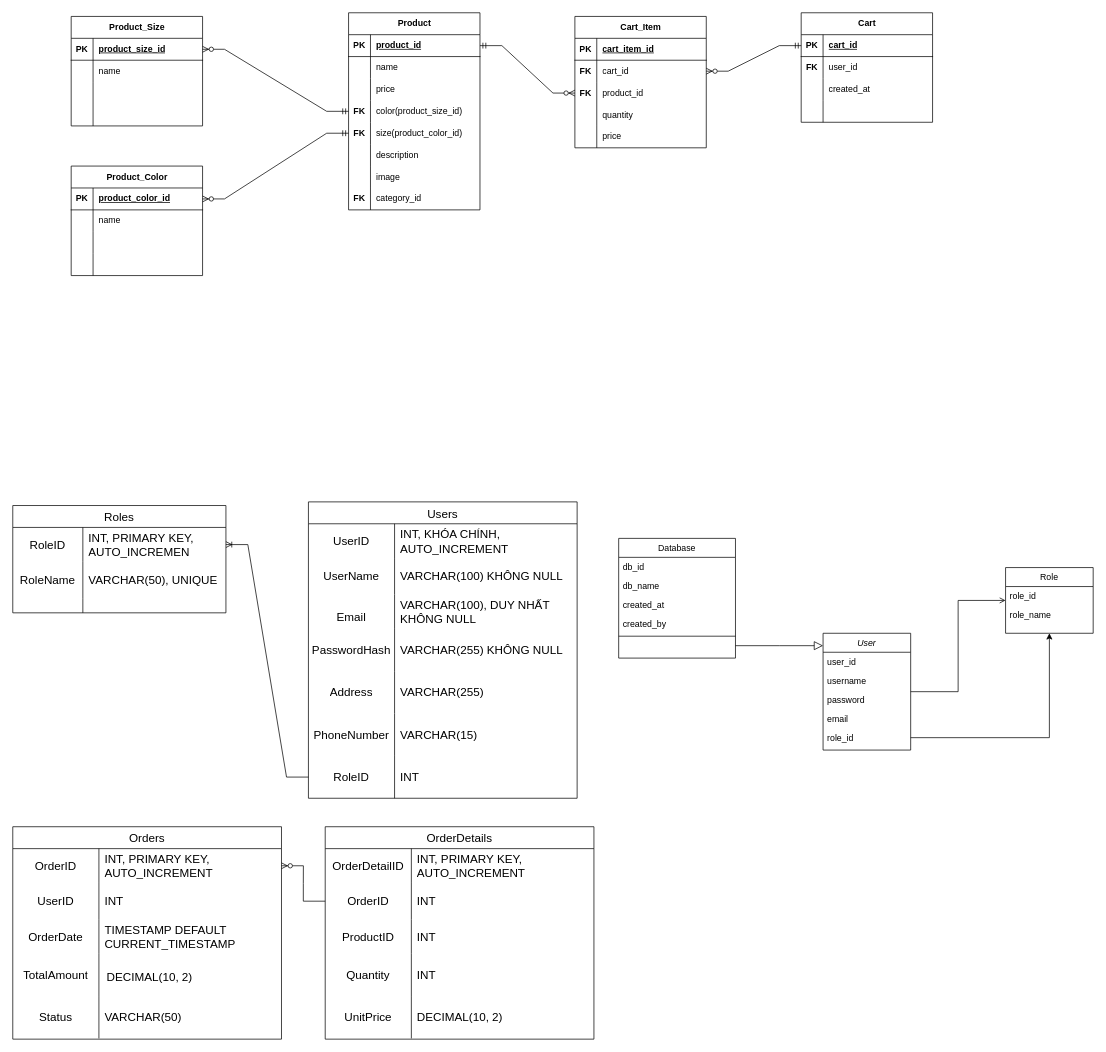
The draw.io diagram Dự án 1 - Nhóm 1.drawio in ShiroNeee/du_an_1, before the edit. Source tidied: cells renumbered, new cells numbered last; positions are measured from the earlier drawing's top-left corner, leaving out a move shared by most shapes. Both pictures are drawn from the tidied source at 73%, with x=0, y=0 at pixel (12, 12).
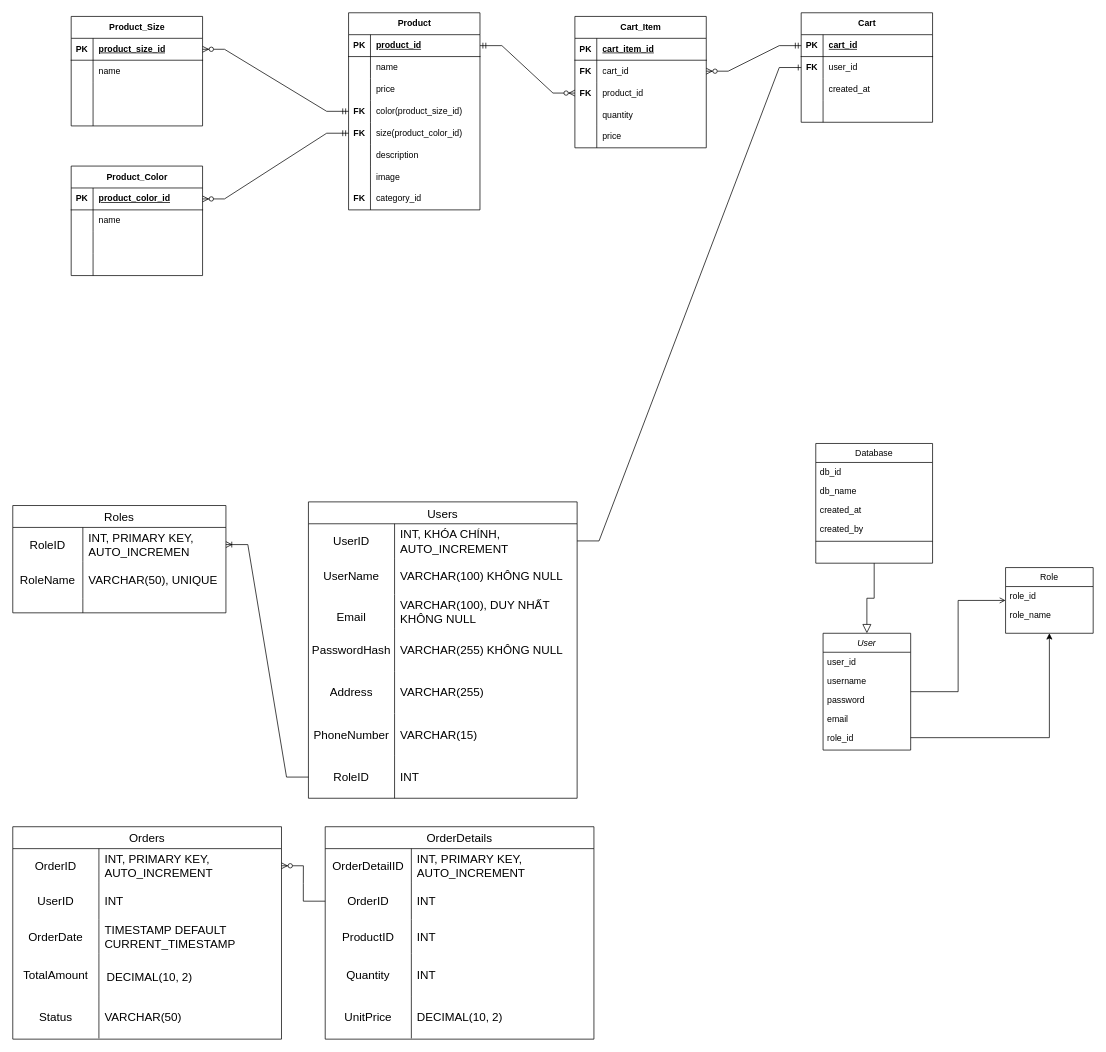
After the change.

Commit message (it also covers changes not shown here):
Cập nhật Dự án 1 - Nhóm 1.drawio

The change refers to these unchanged cells:
```xml
<mxCell id="31" style="shape=tableRow;horizontal=0;startSize=0;swimlaneHead=0;swimlaneBody=0;top=0;left=0;bottom=0;right=0;fillColor=none;points=[[0,0.5],[1,0.5]];portConstraint=eastwest;strokeColor=inherit;fontSize=16;align=center;verticalAlign=middle;fontFamily=Helvetica;fontColor=default;fontStyle=0;" parent="30" vertex="1">
  <mxGeometry y="30" width="368.1" height="47" as="geometry" />
</mxCell>
<mxCell id="128" style="shape=tableRow;horizontal=0;startSize=0;swimlaneHead=0;swimlaneBody=0;fillColor=none;points=[[0,0.5],[1,0.5]];portConstraint=eastwest;top=0;left=0;right=0;bottom=0;" parent="124" vertex="1">
  <mxGeometry y="60" width="180" height="30" as="geometry" />
</mxCell>
```

The edit, as a diff of the source:
```diff
@@
     <mxCell id="8" value="Database" style="swimlane;fontStyle=0;align=center;verticalAlign=top;horizontal=1;startSize=26;rounded=0;shadow=0;strokeWidth=1;labelBackgroundColor=none;" parent="1" vertex="1">
-      <mxGeometry x="830" y="720" width="160" height="164" as="geometry" />
+      <mxGeometry x="1100" y="590" width="160" height="164" as="geometry" />
     </mxCell>
@@
+    <mxCell id="170" style="edgeStyle=entityRelationEdgeStyle;fontSize=12;html=1;endArrow=ERone;endFill=1;rounded=0;" parent="1" edge="1" source="31" target="128">
+      <mxGeometry relative="1" as="geometry" />
+    </mxCell>
```
